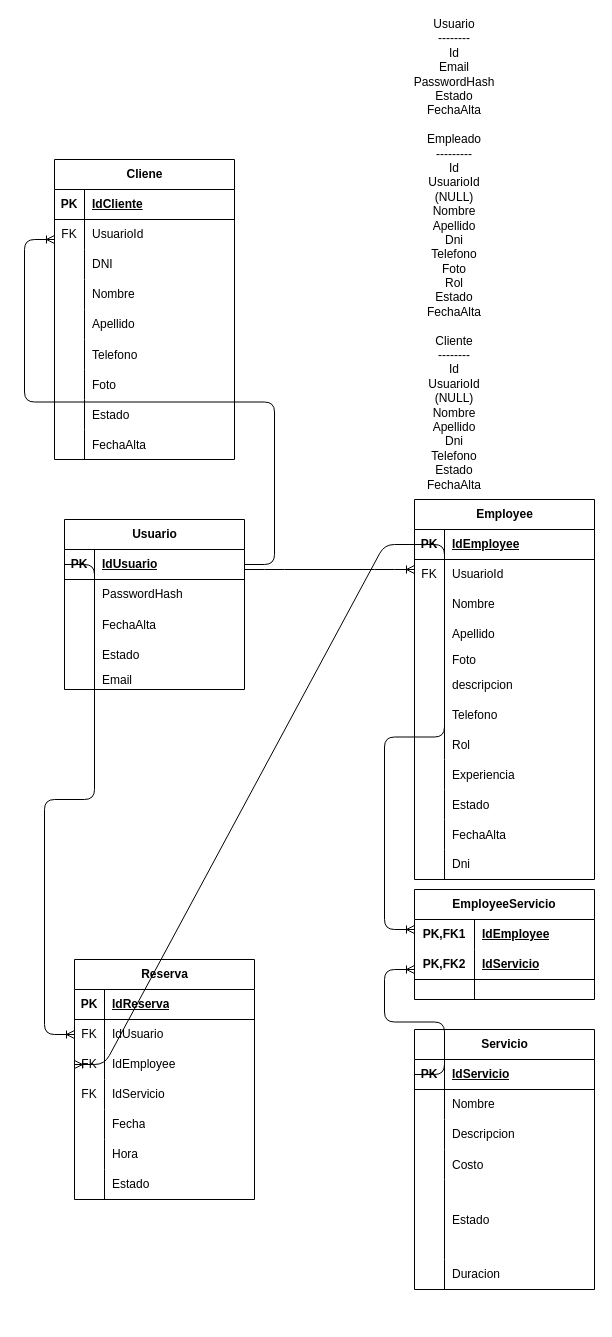
The draw.io diagram frontend/docs/05-MR.dio in Jean2264/TRIMLY, before the edit. Source tidied: cells renumbered, new cells numbered last; positions are measured from the earlier drawing's top-left corner, leaving out a move shared by most shapes. Both pictures are drawn from the tidied source at 100%, with x=0, y=0 at pixel (54, 159).
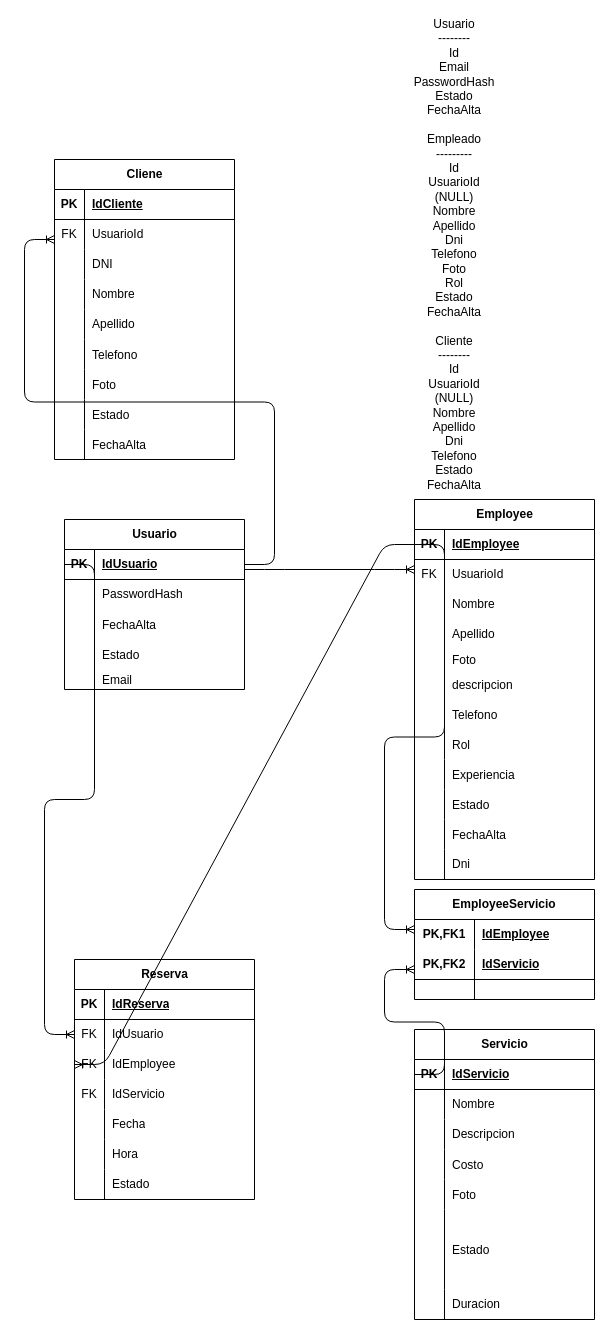
The same page after the edit.

The edit, as a diff of the source:
```diff
@@
     <mxCell id="79" value="Servicio" style="shape=table;startSize=30;childLayout=tableLayout;rowLines=0;fontStyle=1;align=center;html=1;" parent="1" vertex="1">
-      <mxGeometry x="360" y="870" width="180" height="260" as="geometry" />
+      <mxGeometry x="360" y="870" width="180" height="290" as="geometry" />
     </mxCell>
@@
+    <mxCell id="141" style="shape=tableRow;horizontal=0;startSize=0;swimlaneHead=0;swimlaneBody=0;fillColor=none;top=0;left=0;right=0;bottom=0;" parent="79" vertex="1">
+      <mxGeometry y="150" width="180" height="30" as="geometry" />
+    </mxCell>
+    <mxCell id="142" style="shape=partialRectangle;fillColor=none;top=0;left=0;bottom=0;right=0;overflow=hidden;" parent="141" vertex="1">
+      <mxGeometry width="30" height="30" as="geometry" />
+    </mxCell>
+    <mxCell id="143" value="Foto" style="shape=partialRectangle;fillColor=none;top=0;left=0;bottom=0;right=0;align=left;spacingLeft=6;overflow=hidden;" parent="141" vertex="1">
+      <mxGeometry x="30" width="150" height="30" as="geometry" />
+    </mxCell>
     <mxCell id="92" style="shape=tableRow;horizontal=0;startSize=0;swimlaneHead=0;swimlaneBody=0;fillColor=none;top=0;left=0;right=0;bottom=0;" parent="79" vertex="1">
-      <mxGeometry y="150" width="180" height="80" as="geometry" />
+      <mxGeometry y="180" width="180" height="80" as="geometry" />
     </mxCell>
@@
     <mxCell id="95" style="shape=tableRow;horizontal=0;startSize=0;swimlaneHead=0;swimlaneBody=0;fillColor=none;top=0;left=0;right=0;bottom=0;" parent="79" vertex="1">
-      <mxGeometry y="230" width="180" height="30" as="geometry" />
+      <mxGeometry y="260" width="180" height="30" as="geometry" />
     </mxCell>
```
